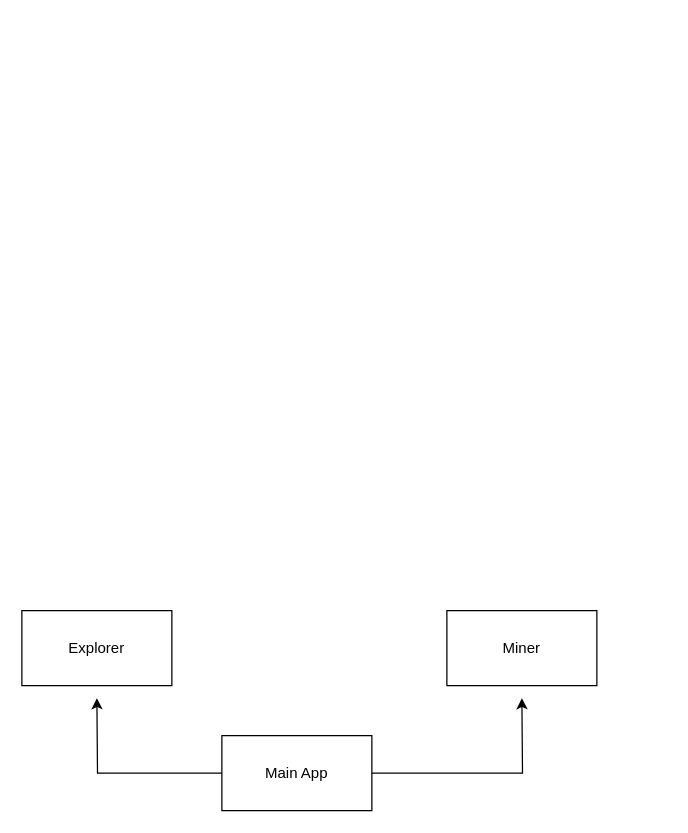
This is overviewer-fca.drawio from rennanharo/overviewer-serverless, a draw.io file, before an edit. Source tidied: cells renumbered, new cells numbered last; positions are measured from the earlier drawing's top-left corner, leaving out a move shared by most shapes. Both pictures are drawn from the tidied source at 125%, with x=0, y=0 at pixel (21, 610).
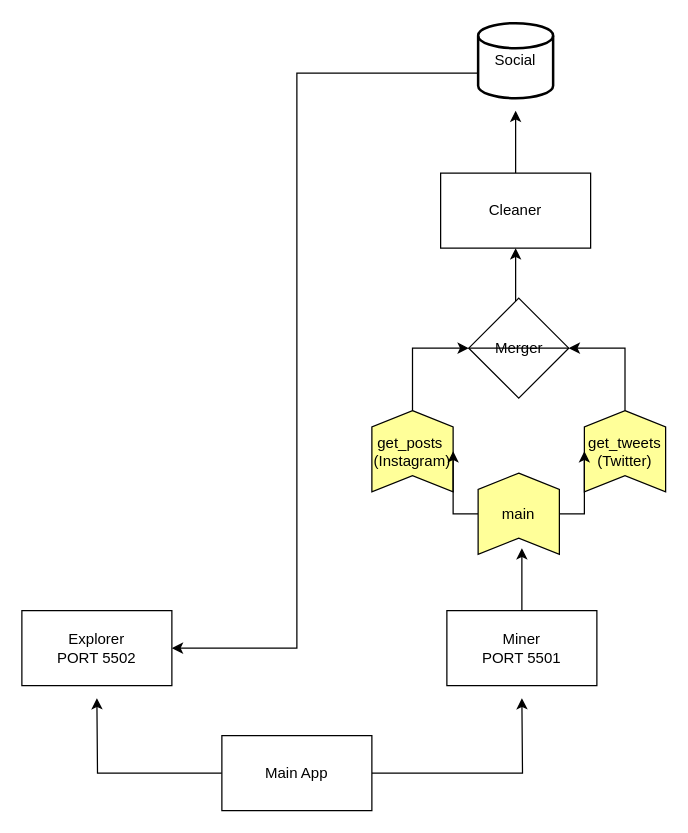
After the change.

Diff of the diagram source:
```diff
@@
+    <mxCell id="7" style="edgeStyle=orthogonalEdgeStyle;rounded=0;jettySize=auto;html=1;" parent="1" edge="1" source="5">
+      <mxGeometry relative="1" as="geometry">
+        <mxPoint x="400" y="-50" as="targetPoint" />
+      </mxGeometry>
+    </mxCell>
-    <mxCell id="5" value="Miner" style="rounded=0;whiteSpace=wrap;html=1;" parent="1" vertex="1">
+    <mxCell id="5" value="Miner&lt;br&gt;PORT 5501" style="rounded=0;whiteSpace=wrap;html=1;" parent="1" vertex="1">
       <mxGeometry x="340" width="120" height="60" as="geometry" />
     </mxCell>
-    <mxCell id="6" value="Explorer" style="rounded=0;whiteSpace=wrap;html=1;" parent="1" vertex="1">
+    <mxCell id="6" value="Explorer&lt;br&gt;PORT 5502" style="rounded=0;whiteSpace=wrap;html=1;" parent="1" vertex="1">
       <mxGeometry width="120" height="60" as="geometry" />
     </mxCell>
+    <mxCell id="8" style="edgeStyle=orthogonalEdgeStyle;rounded=0;jettySize=auto;html=1;entryX=1;entryY=0.5;entryDx=0;entryDy=0;" parent="1" edge="1" source="9" target="20">
+      <mxGeometry relative="1" as="geometry">
+        <Array as="points">
+          <mxPoint x="482" y="-210" />
+        </Array>
+      </mxGeometry>
+    </mxCell>
+    <mxCell id="9" value="&lt;font color=&quot;#000000&quot;&gt;get_tweets&lt;br&gt;(Twitter)&lt;br&gt;&lt;/font&gt;" style="html=1;outlineConnect=0;whiteSpace=wrap;fillColor=#ffff99;shape=mxgraph.archimate3.function;" parent="1" vertex="1">
+      <mxGeometry x="450" y="-160" width="65" height="65" as="geometry" />
+    </mxCell>
+    <mxCell id="10" style="edgeStyle=orthogonalEdgeStyle;rounded=0;jettySize=auto;html=1;entryX=0;entryY=0.5;entryDx=0;entryDy=0;" parent="1" edge="1" source="11" target="20">
+      <mxGeometry relative="1" as="geometry">
+        <Array as="points">
+          <mxPoint x="312" y="-210" />
+        </Array>
+      </mxGeometry>
+    </mxCell>
+    <mxCell id="11" value="&lt;font color=&quot;#000000&quot;&gt;get_posts&amp;nbsp;&lt;br&gt;(Instagram)&lt;br&gt;&lt;/font&gt;" style="html=1;outlineConnect=0;whiteSpace=wrap;fillColor=#ffff99;shape=mxgraph.archimate3.function;" parent="1" vertex="1">
+      <mxGeometry x="280" y="-160" width="65" height="65" as="geometry" />
+    </mxCell>
+    <mxCell id="12" style="edgeStyle=orthogonalEdgeStyle;rounded=0;jettySize=auto;html=1;entryX=1;entryY=0.5;entryDx=0;entryDy=0;" parent="1" edge="1" source="13" target="6">
+      <mxGeometry relative="1" as="geometry">
+        <Array as="points">
+          <mxPoint x="220" y="-430" />
+          <mxPoint x="220" y="30" />
+        </Array>
+      </mxGeometry>
+    </mxCell>
+    <mxCell id="13" value="Social" style="strokeWidth=2;html=1;shape=mxgraph.flowchart.database;whiteSpace=wrap;" parent="1" vertex="1">
+      <mxGeometry x="365" y="-470" width="60" height="60" as="geometry" />
+    </mxCell>
+    <mxCell id="14" style="edgeStyle=orthogonalEdgeStyle;rounded=0;jettySize=auto;html=1;" parent="1" edge="1" source="16" target="11">
+      <mxGeometry relative="1" as="geometry" />
+    </mxCell>
+    <mxCell id="15" style="edgeStyle=orthogonalEdgeStyle;rounded=0;jettySize=auto;html=1;" parent="1" edge="1" source="16" target="9">
+      <mxGeometry relative="1" as="geometry" />
+    </mxCell>
+    <mxCell id="16" value="&lt;font color=&quot;#000000&quot;&gt;main&lt;br&gt;&lt;/font&gt;" style="html=1;outlineConnect=0;whiteSpace=wrap;fillColor=#ffff99;shape=mxgraph.archimate3.function;" parent="1" vertex="1">
+      <mxGeometry x="365" y="-110" width="65" height="65" as="geometry" />
+    </mxCell>
+    <mxCell id="17" style="edgeStyle=orthogonalEdgeStyle;rounded=0;jettySize=auto;html=1;" parent="1" edge="1" source="18">
+      <mxGeometry relative="1" as="geometry">
+        <mxPoint x="395" y="-400" as="targetPoint" />
+      </mxGeometry>
+    </mxCell>
+    <mxCell id="18" value="Cleaner" style="rounded=0;whiteSpace=wrap;html=1;" parent="1" vertex="1">
+      <mxGeometry x="335" y="-350" width="120" height="60" as="geometry" />
+    </mxCell>
+    <mxCell id="19" style="edgeStyle=orthogonalEdgeStyle;rounded=0;jettySize=auto;html=1;entryX=0.5;entryY=1;entryDx=0;entryDy=0;" parent="1" edge="1" source="20" target="18">
+      <mxGeometry relative="1" as="geometry">
+        <Array as="points">
+          <mxPoint x="395" y="-270" />
+          <mxPoint x="395" y="-270" />
+        </Array>
+      </mxGeometry>
+    </mxCell>
+    <mxCell id="20" value="Merger" style="shape=sortShape;perimeter=rhombusPerimeter;whiteSpace=wrap;html=1;" parent="1" vertex="1">
+      <mxGeometry x="357.5" y="-250" width="80" height="80" as="geometry" />
+    </mxCell>
```
